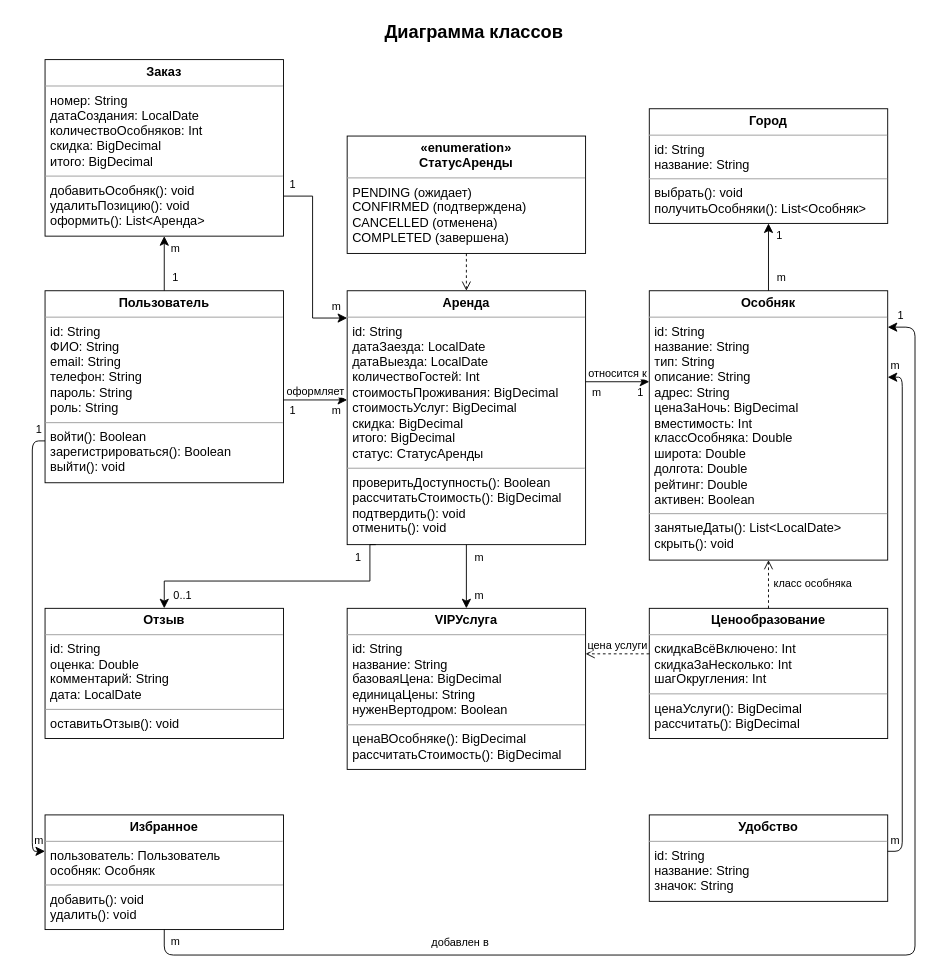
The draw.io diagram docs/Диаграмма_классов.drawio in masterRaizer/WardClick, before the edit. Source tidied: cells renumbered, new cells numbered last; positions are measured from the earlier drawing's top-left corner, leaving out a move shared by most shapes. Both pictures are drawn from the tidied source at 91%, with x=0, y=0 at pixel (15, 15).
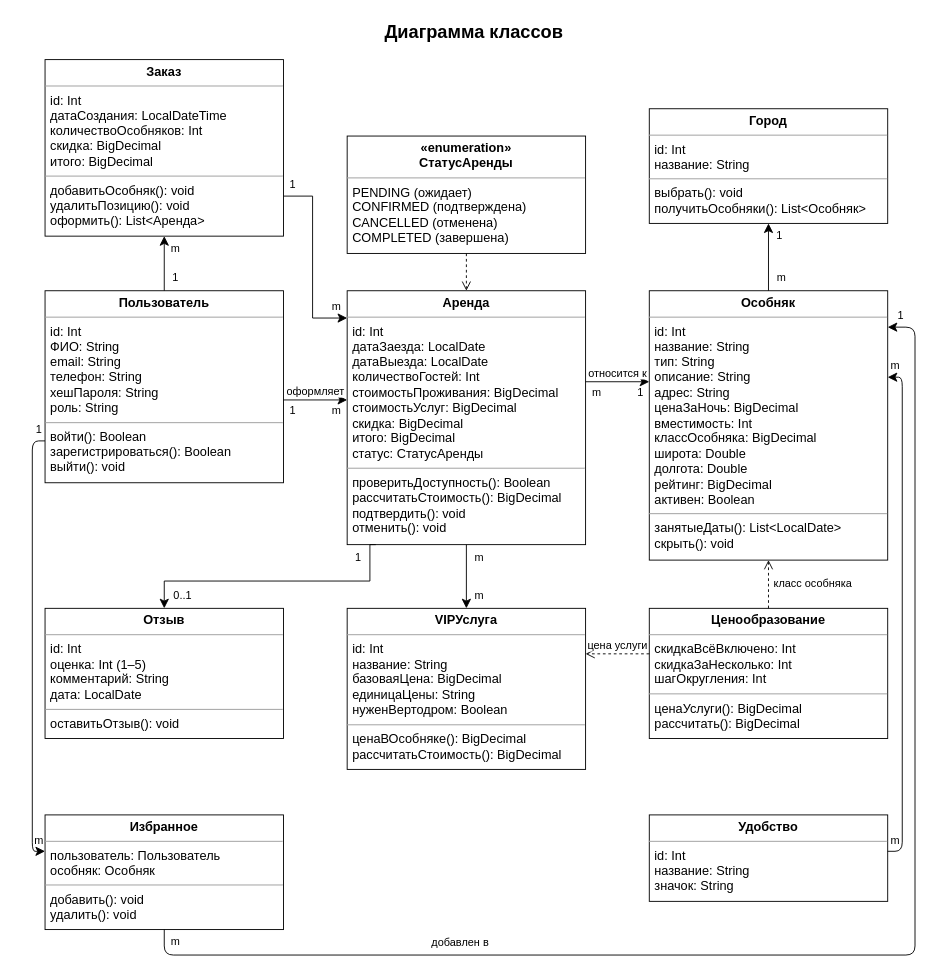
The same diagram, later.

Commit message (it also covers changes not shown here):
Диаграмма классов: типы согласованы с диаграммой БД

id всех классов — Int (INT IDENTITY), дата заказа — LocalDateTime
(DATETIME2), оценка отзыва — Int 1–5, рейтинг и класс особняка —
BigDecimal (DECIMAL), пароль хранится как хеш.

Diff of the diagram source:
```diff
@@
-    <mxCell id="3" value="&lt;p style=&quot;margin:0;margin-top:5px;text-align:center;&quot;&gt;&lt;b&gt;Заказ&lt;/b&gt;&lt;/p&gt;&lt;hr size=&quot;1&quot;&gt;&lt;p style=&quot;margin:0 0 0 6px;&quot;&gt;номер: String&lt;br&gt;датаСоздания: LocalDate&lt;br&gt;количествоОсобняков: Int&lt;br&gt;скидка: BigDecimal&lt;br&gt;итого: BigDecimal&lt;/p&gt;&lt;hr size=&quot;1&quot;&gt;&lt;p style=&quot;margin:0 0 0 6px;&quot;&gt;добавитьОсобняк(): void&lt;br&gt;удалитьПозицию(): void&lt;br&gt;оформить(): List&amp;lt;Аренда&amp;gt;&lt;/p&gt;" style="verticalAlign=top;align=left;overflow=fill;html=1;whiteSpace=wrap;fillColor=#ffffff;strokeColor=#000000;fontFamily=Helvetica;fontSize=14;" parent="1" vertex="1">
+    <mxCell id="3" value="&lt;p style=&quot;margin:0;margin-top:5px;text-align:center;&quot;&gt;&lt;b&gt;Заказ&lt;/b&gt;&lt;/p&gt;&lt;hr size=&quot;1&quot;&gt;&lt;p style=&quot;margin:0 0 0 6px;&quot;&gt;id: Int&lt;br&gt;датаСоздания: LocalDateTime&lt;br&gt;количествоОсобняков: Int&lt;br&gt;скидка: BigDecimal&lt;br&gt;итого: BigDecimal&lt;/p&gt;&lt;hr size=&quot;1&quot;&gt;&lt;p style=&quot;margin:0 0 0 6px;&quot;&gt;добавитьОсобняк(): void&lt;br&gt;удалитьПозицию(): void&lt;br&gt;оформить(): List&amp;lt;Аренда&amp;gt;&lt;/p&gt;" style="verticalAlign=top;align=left;overflow=fill;html=1;whiteSpace=wrap;fillColor=#ffffff;strokeColor=#000000;fontFamily=Helvetica;fontSize=14;" parent="1" vertex="1">
       <mxGeometry x="32" y="48" width="262" height="194" as="geometry" />
     </mxCell>
@@
-    <mxCell id="5" value="&lt;p style=&quot;margin:0;margin-top:5px;text-align:center;&quot;&gt;&lt;b&gt;Город&lt;/b&gt;&lt;/p&gt;&lt;hr size=&quot;1&quot;&gt;&lt;p style=&quot;margin:0 0 0 6px;&quot;&gt;id: String&lt;br&gt;название: String&lt;/p&gt;&lt;hr size=&quot;1&quot;&gt;&lt;p style=&quot;margin:0 0 0 6px;&quot;&gt;выбрать(): void&lt;br&gt;получитьОсобняки(): List&amp;lt;Особняк&amp;gt;&lt;/p&gt;" style="verticalAlign=top;align=left;overflow=fill;html=1;whiteSpace=wrap;fillColor=#ffffff;strokeColor=#000000;fontFamily=Helvetica;fontSize=14;" parent="1" vertex="1">
+    <mxCell id="5" value="&lt;p style=&quot;margin:0;margin-top:5px;text-align:center;&quot;&gt;&lt;b&gt;Город&lt;/b&gt;&lt;/p&gt;&lt;hr size=&quot;1&quot;&gt;&lt;p style=&quot;margin:0 0 0 6px;&quot;&gt;id: Int&lt;br&gt;название: String&lt;/p&gt;&lt;hr size=&quot;1&quot;&gt;&lt;p style=&quot;margin:0 0 0 6px;&quot;&gt;выбрать(): void&lt;br&gt;получитьОсобняки(): List&amp;lt;Особняк&amp;gt;&lt;/p&gt;" style="verticalAlign=top;align=left;overflow=fill;html=1;whiteSpace=wrap;fillColor=#ffffff;strokeColor=#000000;fontFamily=Helvetica;fontSize=14;" parent="1" vertex="1">
       <mxGeometry x="696" y="102" width="262" height="126" as="geometry" />
     </mxCell>
-    <mxCell id="6" value="&lt;p style=&quot;margin:0;margin-top:5px;text-align:center;&quot;&gt;&lt;b&gt;Пользователь&lt;/b&gt;&lt;/p&gt;&lt;hr size=&quot;1&quot;&gt;&lt;p style=&quot;margin:0 0 0 6px;&quot;&gt;id: String&lt;br&gt;ФИО: String&lt;br&gt;email: String&lt;br&gt;телефон: String&lt;br&gt;пароль: String&lt;br&gt;роль: String&lt;/p&gt;&lt;hr size=&quot;1&quot;&gt;&lt;p style=&quot;margin:0 0 0 6px;&quot;&gt;войти(): Boolean&lt;br&gt;зарегистрироваться(): Boolean&lt;br&gt;выйти(): void&lt;/p&gt;" style="verticalAlign=top;align=left;overflow=fill;html=1;whiteSpace=wrap;fillColor=#ffffff;strokeColor=#000000;fontFamily=Helvetica;fontSize=14;" parent="1" vertex="1">
+    <mxCell id="6" value="&lt;p style=&quot;margin:0;margin-top:5px;text-align:center;&quot;&gt;&lt;b&gt;Пользователь&lt;/b&gt;&lt;/p&gt;&lt;hr size=&quot;1&quot;&gt;&lt;p style=&quot;margin:0 0 0 6px;&quot;&gt;id: Int&lt;br&gt;ФИО: String&lt;br&gt;email: String&lt;br&gt;телефон: String&lt;br&gt;хешПароля: String&lt;br&gt;роль: String&lt;/p&gt;&lt;hr size=&quot;1&quot;&gt;&lt;p style=&quot;margin:0 0 0 6px;&quot;&gt;войти(): Boolean&lt;br&gt;зарегистрироваться(): Boolean&lt;br&gt;выйти(): void&lt;/p&gt;" style="verticalAlign=top;align=left;overflow=fill;html=1;whiteSpace=wrap;fillColor=#ffffff;strokeColor=#000000;fontFamily=Helvetica;fontSize=14;" parent="1" vertex="1">
       <mxGeometry x="32" y="302" width="262" height="211" as="geometry" />
     </mxCell>
-    <mxCell id="7" value="&lt;p style=&quot;margin:0;margin-top:5px;text-align:center;&quot;&gt;&lt;b&gt;Аренда&lt;/b&gt;&lt;/p&gt;&lt;hr size=&quot;1&quot;&gt;&lt;p style=&quot;margin:0 0 0 6px;&quot;&gt;id: String&lt;br&gt;датаЗаезда: LocalDate&lt;br&gt;датаВыезда: LocalDate&lt;br&gt;количествоГостей: Int&lt;br&gt;стоимостьПроживания: BigDecimal&lt;br&gt;стоимостьУслуг: BigDecimal&lt;br&gt;скидка: BigDecimal&lt;br&gt;итого: BigDecimal&lt;br&gt;статус: СтатусАренды&lt;/p&gt;&lt;hr size=&quot;1&quot;&gt;&lt;p style=&quot;margin:0 0 0 6px;&quot;&gt;проверитьДоступность(): Boolean&lt;br&gt;рассчитатьСтоимость(): BigDecimal&lt;br&gt;подтвердить(): void&lt;br&gt;отменить(): void&lt;/p&gt;" style="verticalAlign=top;align=left;overflow=fill;html=1;whiteSpace=wrap;fillColor=#ffffff;strokeColor=#000000;fontFamily=Helvetica;fontSize=14;" parent="1" vertex="1">
+    <mxCell id="7" value="&lt;p style=&quot;margin:0;margin-top:5px;text-align:center;&quot;&gt;&lt;b&gt;Аренда&lt;/b&gt;&lt;/p&gt;&lt;hr size=&quot;1&quot;&gt;&lt;p style=&quot;margin:0 0 0 6px;&quot;&gt;id: Int&lt;br&gt;датаЗаезда: LocalDate&lt;br&gt;датаВыезда: LocalDate&lt;br&gt;количествоГостей: Int&lt;br&gt;стоимостьПроживания: BigDecimal&lt;br&gt;стоимостьУслуг: BigDecimal&lt;br&gt;скидка: BigDecimal&lt;br&gt;итого: BigDecimal&lt;br&gt;статус: СтатусАренды&lt;/p&gt;&lt;hr size=&quot;1&quot;&gt;&lt;p style=&quot;margin:0 0 0 6px;&quot;&gt;проверитьДоступность(): Boolean&lt;br&gt;рассчитатьСтоимость(): BigDecimal&lt;br&gt;подтвердить(): void&lt;br&gt;отменить(): void&lt;/p&gt;" style="verticalAlign=top;align=left;overflow=fill;html=1;whiteSpace=wrap;fillColor=#ffffff;strokeColor=#000000;fontFamily=Helvetica;fontSize=14;" parent="1" vertex="1">
       <mxGeometry x="364" y="302" width="262" height="279" as="geometry" />
     </mxCell>
-    <mxCell id="8" value="&lt;p style=&quot;margin:0;margin-top:5px;text-align:center;&quot;&gt;&lt;b&gt;Особняк&lt;/b&gt;&lt;/p&gt;&lt;hr size=&quot;1&quot;&gt;&lt;p style=&quot;margin:0 0 0 6px;&quot;&gt;id: String&lt;br&gt;название: String&lt;br&gt;тип: String&lt;br&gt;описание: String&lt;br&gt;адрес: String&lt;br&gt;ценаЗаНочь: BigDecimal&lt;br&gt;вместимость: Int&lt;br&gt;классОсобняка: Double&lt;br&gt;широта: Double&lt;br&gt;долгота: Double&lt;br&gt;рейтинг: Double&lt;br&gt;активен: Boolean&lt;/p&gt;&lt;hr size=&quot;1&quot;&gt;&lt;p style=&quot;margin:0 0 0 6px;&quot;&gt;занятыеДаты(): List&amp;lt;LocalDate&amp;gt;&lt;br&gt;скрыть(): void&lt;/p&gt;" style="verticalAlign=top;align=left;overflow=fill;html=1;whiteSpace=wrap;fillColor=#ffffff;strokeColor=#000000;fontFamily=Helvetica;fontSize=14;" parent="1" vertex="1">
+    <mxCell id="8" value="&lt;p style=&quot;margin:0;margin-top:5px;text-align:center;&quot;&gt;&lt;b&gt;Особняк&lt;/b&gt;&lt;/p&gt;&lt;hr size=&quot;1&quot;&gt;&lt;p style=&quot;margin:0 0 0 6px;&quot;&gt;id: Int&lt;br&gt;название: String&lt;br&gt;тип: String&lt;br&gt;описание: String&lt;br&gt;адрес: String&lt;br&gt;ценаЗаНочь: BigDecimal&lt;br&gt;вместимость: Int&lt;br&gt;классОсобняка: BigDecimal&lt;br&gt;широта: Double&lt;br&gt;долгота: Double&lt;br&gt;рейтинг: BigDecimal&lt;br&gt;активен: Boolean&lt;/p&gt;&lt;hr size=&quot;1&quot;&gt;&lt;p style=&quot;margin:0 0 0 6px;&quot;&gt;занятыеДаты(): List&amp;lt;LocalDate&amp;gt;&lt;br&gt;скрыть(): void&lt;/p&gt;" style="verticalAlign=top;align=left;overflow=fill;html=1;whiteSpace=wrap;fillColor=#ffffff;strokeColor=#000000;fontFamily=Helvetica;fontSize=14;" parent="1" vertex="1">
       <mxGeometry x="696" y="302" width="262" height="296" as="geometry" />
     </mxCell>
-    <mxCell id="9" value="&lt;p style=&quot;margin:0;margin-top:5px;text-align:center;&quot;&gt;&lt;b&gt;Отзыв&lt;/b&gt;&lt;/p&gt;&lt;hr size=&quot;1&quot;&gt;&lt;p style=&quot;margin:0 0 0 6px;&quot;&gt;id: String&lt;br&gt;оценка: Double&lt;br&gt;комментарий: String&lt;br&gt;дата: LocalDate&lt;/p&gt;&lt;hr size=&quot;1&quot;&gt;&lt;p style=&quot;margin:0 0 0 6px;&quot;&gt;оставитьОтзыв(): void&lt;/p&gt;" style="verticalAlign=top;align=left;overflow=fill;html=1;whiteSpace=wrap;fillColor=#ffffff;strokeColor=#000000;fontFamily=Helvetica;fontSize=14;" parent="1" vertex="1">
+    <mxCell id="9" value="&lt;p style=&quot;margin:0;margin-top:5px;text-align:center;&quot;&gt;&lt;b&gt;Отзыв&lt;/b&gt;&lt;/p&gt;&lt;hr size=&quot;1&quot;&gt;&lt;p style=&quot;margin:0 0 0 6px;&quot;&gt;id: Int&lt;br&gt;оценка: Int (1–5)&lt;br&gt;комментарий: String&lt;br&gt;дата: LocalDate&lt;/p&gt;&lt;hr size=&quot;1&quot;&gt;&lt;p style=&quot;margin:0 0 0 6px;&quot;&gt;оставитьОтзыв(): void&lt;/p&gt;" style="verticalAlign=top;align=left;overflow=fill;html=1;whiteSpace=wrap;fillColor=#ffffff;strokeColor=#000000;fontFamily=Helvetica;fontSize=14;" parent="1" vertex="1">
       <mxGeometry x="32" y="651" width="262" height="143" as="geometry" />
     </mxCell>
-    <mxCell id="10" value="&lt;p style=&quot;margin:0;margin-top:5px;text-align:center;&quot;&gt;&lt;b&gt;VIPУслуга&lt;/b&gt;&lt;/p&gt;&lt;hr size=&quot;1&quot;&gt;&lt;p style=&quot;margin:0 0 0 6px;&quot;&gt;id: String&lt;br&gt;название: String&lt;br&gt;базоваяЦена: BigDecimal&lt;br&gt;единицаЦены: String&lt;br&gt;нуженВертодром: Boolean&lt;/p&gt;&lt;hr size=&quot;1&quot;&gt;&lt;p style=&quot;margin:0 0 0 6px;&quot;&gt;ценаВОсобняке(): BigDecimal&lt;br&gt;рассчитатьСтоимость(): BigDecimal&lt;/p&gt;" style="verticalAlign=top;align=left;overflow=fill;html=1;whiteSpace=wrap;fillColor=#ffffff;strokeColor=#000000;fontFamily=Helvetica;fontSize=14;" parent="1" vertex="1">
+    <mxCell id="10" value="&lt;p style=&quot;margin:0;margin-top:5px;text-align:center;&quot;&gt;&lt;b&gt;VIPУслуга&lt;/b&gt;&lt;/p&gt;&lt;hr size=&quot;1&quot;&gt;&lt;p style=&quot;margin:0 0 0 6px;&quot;&gt;id: Int&lt;br&gt;название: String&lt;br&gt;базоваяЦена: BigDecimal&lt;br&gt;единицаЦены: String&lt;br&gt;нуженВертодром: Boolean&lt;/p&gt;&lt;hr size=&quot;1&quot;&gt;&lt;p style=&quot;margin:0 0 0 6px;&quot;&gt;ценаВОсобняке(): BigDecimal&lt;br&gt;рассчитатьСтоимость(): BigDecimal&lt;/p&gt;" style="verticalAlign=top;align=left;overflow=fill;html=1;whiteSpace=wrap;fillColor=#ffffff;strokeColor=#000000;fontFamily=Helvetica;fontSize=14;" parent="1" vertex="1">
       <mxGeometry x="364" y="651" width="262" height="177" as="geometry" />
     </mxCell>
@@
-    <mxCell id="13" value="&lt;p style=&quot;margin:0;margin-top:5px;text-align:center;&quot;&gt;&lt;b&gt;Удобство&lt;/b&gt;&lt;/p&gt;&lt;hr size=&quot;1&quot;&gt;&lt;p style=&quot;margin:0 0 0 6px;&quot;&gt;id: String&lt;br&gt;название: String&lt;br&gt;значок: String&lt;/p&gt;" style="verticalAlign=top;align=left;overflow=fill;html=1;whiteSpace=wrap;fillColor=#ffffff;strokeColor=#000000;fontFamily=Helvetica;fontSize=14;" parent="1" vertex="1">
+    <mxCell id="13" value="&lt;p style=&quot;margin:0;margin-top:5px;text-align:center;&quot;&gt;&lt;b&gt;Удобство&lt;/b&gt;&lt;/p&gt;&lt;hr size=&quot;1&quot;&gt;&lt;p style=&quot;margin:0 0 0 6px;&quot;&gt;id: Int&lt;br&gt;название: String&lt;br&gt;значок: String&lt;/p&gt;" style="verticalAlign=top;align=left;overflow=fill;html=1;whiteSpace=wrap;fillColor=#ffffff;strokeColor=#000000;fontFamily=Helvetica;fontSize=14;" parent="1" vertex="1">
       <mxGeometry x="696" y="878" width="262" height="95" as="geometry" />
     </mxCell>
```
